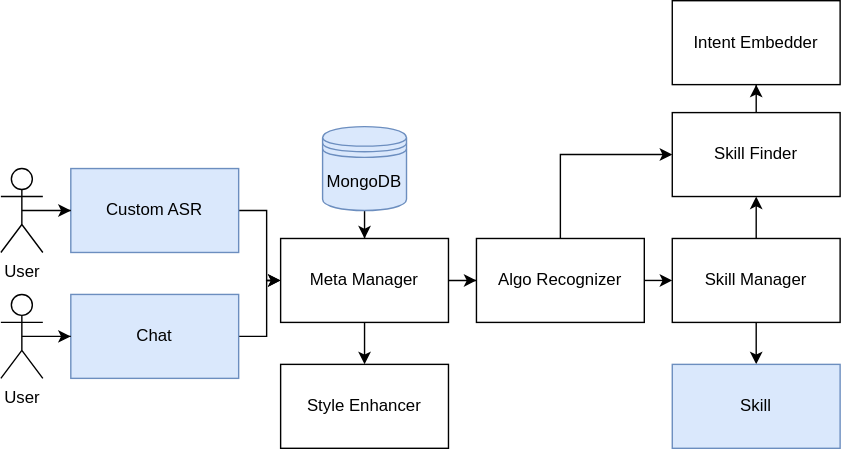
This is docs/_static/architecture.svg from Kadia-IVA/kadia, a draw.io export, as it was before one commit. Source tidied: cells renumbered, new cells last; positions are measured from the earlier drawing's top-left corner, leaving out a move shared by most shapes.
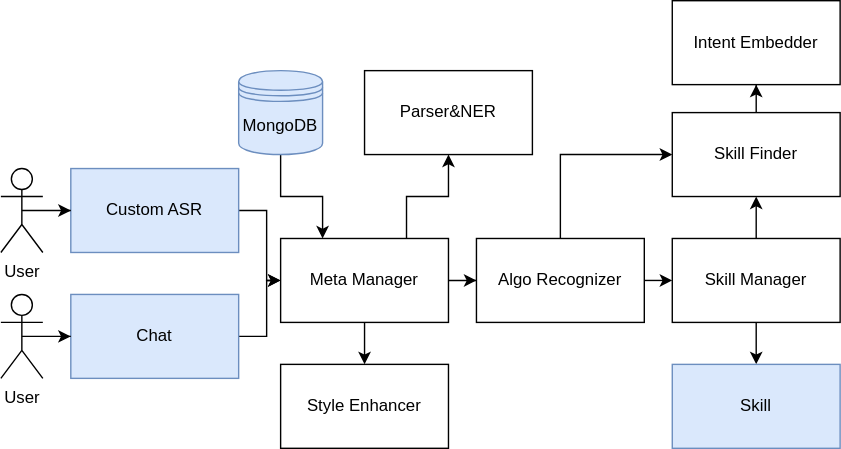
After the commit.

Diff of the diagram source:
```diff
@@ -14,17 +14,20 @@
     <mxCell id="5" style="edgeStyle=orthogonalEdgeStyle;rounded=0;jettySize=auto;html=1;" parent="1" edge="1" source="6" target="7">
       <mxGeometry relative="1" as="geometry" />
     </mxCell>
+    <mxCell id="26" style="edgeStyle=orthogonalEdgeStyle;rounded=0;jettySize=auto;html=1;exitX=0.75;exitY=0;exitDx=0;exitDy=0;entryX=0.5;entryY=1;entryDx=0;entryDy=0;" parent="1" edge="1" source="6" target="27">
+      <mxGeometry relative="1" as="geometry" />
+    </mxCell>
     <mxCell id="6" value="Meta Manager" style="rounded=0;whiteSpace=wrap;html=1;" parent="1" vertex="1">
       <mxGeometry x="200" y="170" width="120" height="60" as="geometry" />
     </mxCell>
     <mxCell id="7" value="Style Enhancer" style="rounded=0;whiteSpace=wrap;html=1;" parent="1" vertex="1">
       <mxGeometry x="200" y="260" width="120" height="60" as="geometry" />
     </mxCell>
-    <mxCell id="8" style="edgeStyle=orthogonalEdgeStyle;rounded=0;jettySize=auto;html=1;exitX=0.5;exitY=1;exitDx=0;exitDy=0;" parent="1" edge="1" source="9" target="6">
+    <mxCell id="8" style="edgeStyle=orthogonalEdgeStyle;rounded=0;jettySize=auto;html=1;exitX=0.5;exitY=1;exitDx=0;exitDy=0;entryX=0.25;entryY=0;entryDx=0;entryDy=0;" parent="1" edge="1" source="9" target="6">
       <mxGeometry relative="1" as="geometry" />
     </mxCell>
     <mxCell id="9" value="MongoDB" style="shape=datastore;whiteSpace=wrap;html=1;fillColor=#dae8fc;strokeColor=#6c8ebf;" parent="1" vertex="1">
-      <mxGeometry x="230" y="90" width="60" height="60" as="geometry" />
+      <mxGeometry x="170" y="50" width="60" height="60" as="geometry" />
     </mxCell>
     <mxCell id="10" style="edgeStyle=orthogonalEdgeStyle;rounded=0;jettySize=auto;html=1;exitX=1;exitY=0.5;exitDx=0;exitDy=0;entryX=0;entryY=0.5;entryDx=0;entryDy=0;" parent="1" edge="1" source="11" target="6">
       <mxGeometry relative="1" as="geometry" />
@@ -76,5 +79,8 @@
     <mxCell id="25" value="Skill" style="rounded=0;whiteSpace=wrap;html=1;fillColor=#dae8fc;strokeColor=#6c8ebf;" parent="1" vertex="1">
       <mxGeometry x="480" y="260" width="120" height="60" as="geometry" />
     </mxCell>
+    <mxCell id="27" value="Parser&amp;amp;NER" style="rounded=0;whiteSpace=wrap;html=1;" parent="1" vertex="1">
+      <mxGeometry x="260" y="50" width="120" height="60" as="geometry" />
+    </mxCell>
   </root>
 </mxGraphModel>
```
